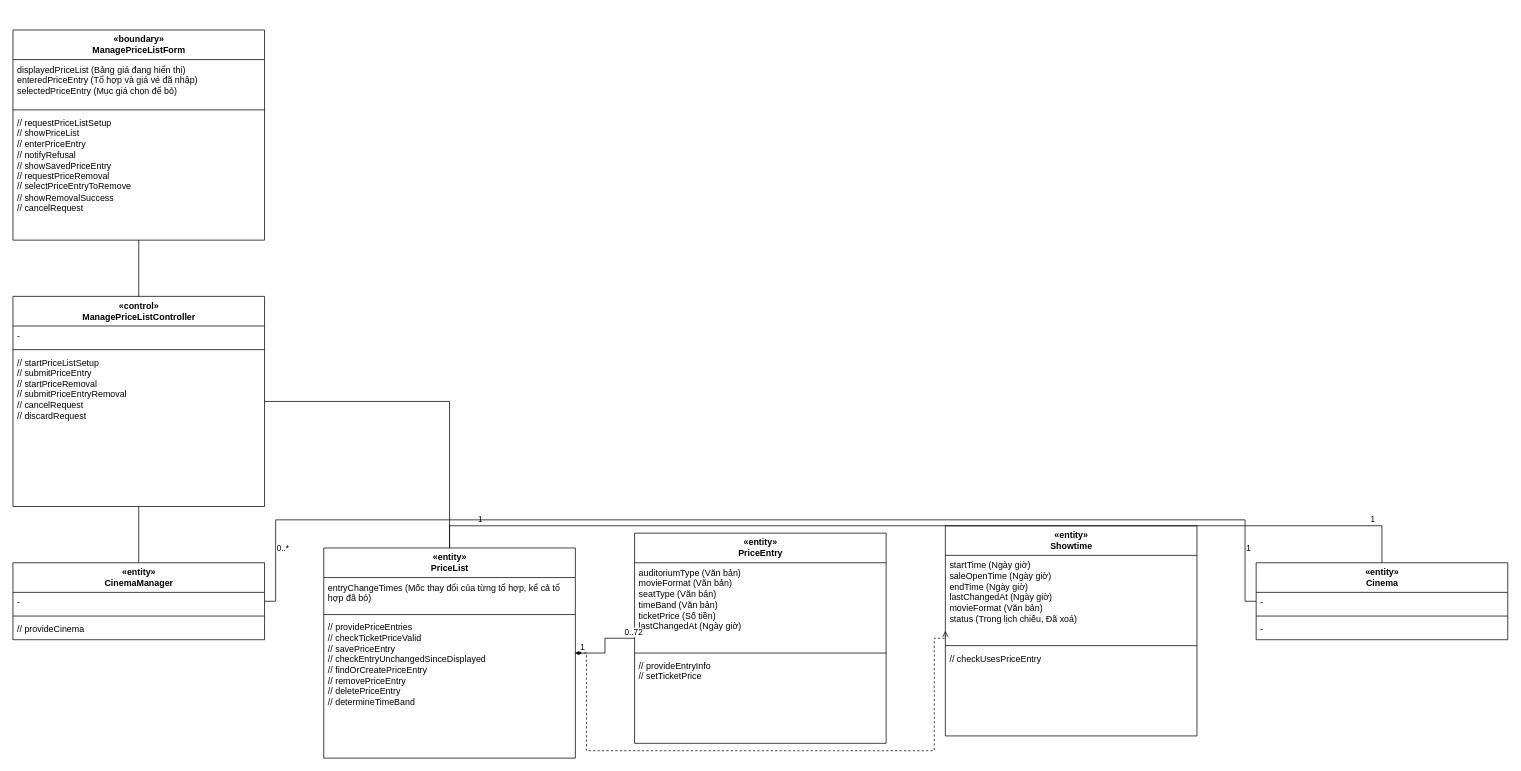
This is page "Bảng giá (UC-013)" (7 of 16) of design/diagrams/P08-class-analysis.drawio from luytbq/app-dat-ve-xem-phim, a draw.io file, before an edit. Source tidied: cells renumbered, new cells numbered last; positions are measured from the earlier drawing's top-left corner, leaving out a move shared by most shapes. Both pictures are drawn from the tidied source at 74%, with x=0, y=0 at pixel (13, 30).
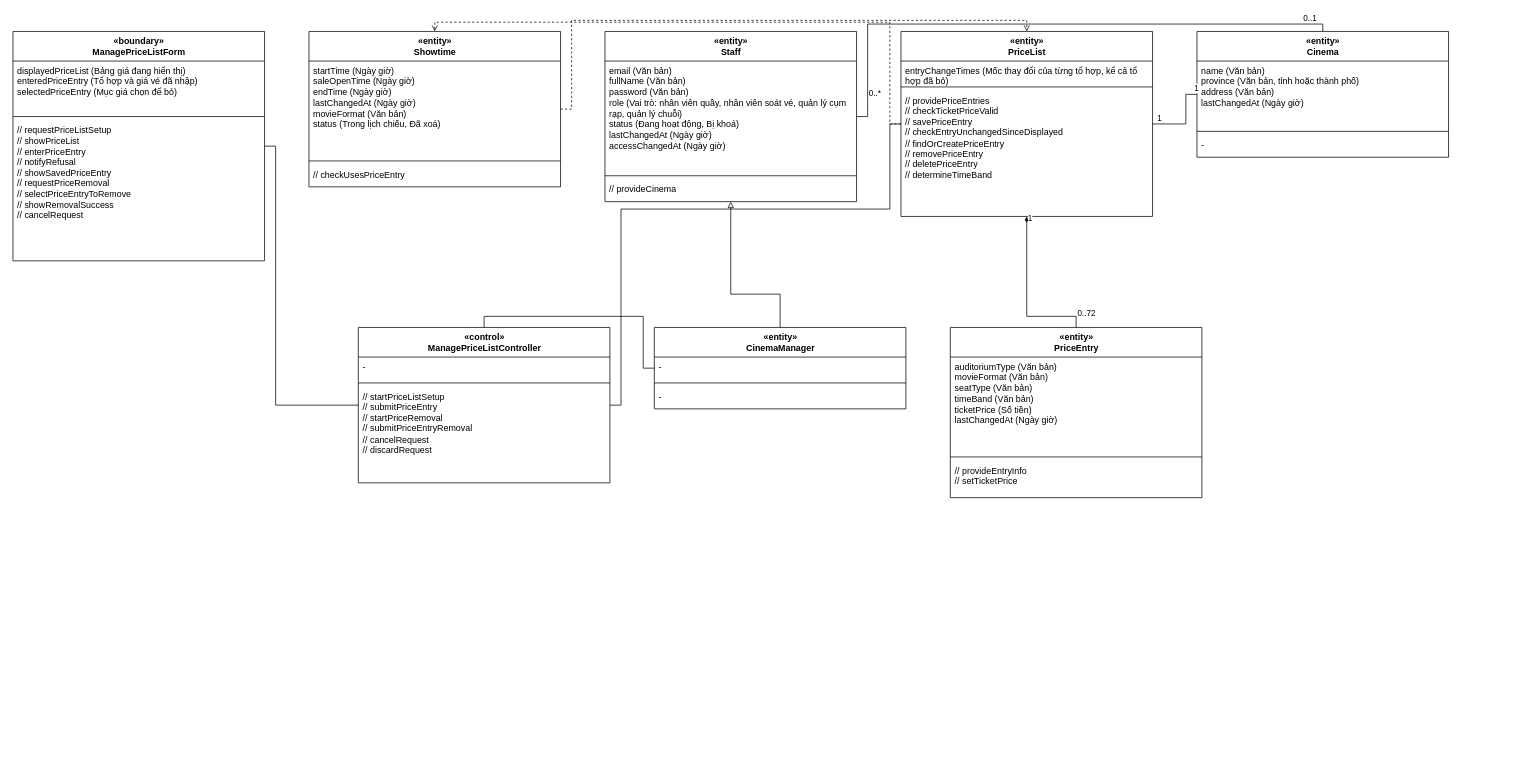
The same page after the edit.

What changed in the source:
```diff
@@
     <mxCell id="2" value="«boundary»&lt;br&gt;ManagePriceListForm" style="swimlane;fontStyle=1;align=center;horizontal=1;startSize=40;html=1;" parent="1" vertex="1">
-      <mxGeometry width="340" height="284" as="geometry" />
+      <mxGeometry y="2" width="340" height="310" as="geometry" />
     </mxCell>
     <mxCell id="3" value="displayedPriceList (Bảng giá đang hiển thị)&lt;br&gt;enteredPriceEntry (Tổ hợp và giá vé đã nhập)&lt;br&gt;selectedPriceEntry (Mục giá chọn để bỏ)" style="text;strokeColor=none;fillColor=none;align=left;verticalAlign=top;spacingLeft=4;html=1;whiteSpace=wrap;" parent="2" vertex="1">
-      <mxGeometry y="40" width="340" height="64" as="geometry" />
+      <mxGeometry y="40" width="340" height="70" as="geometry" />
     </mxCell>
     <mxCell id="4" style="line;strokeWidth=1;fillColor=none;align=left;verticalAlign=middle;spacingTop=-1;spacingLeft=3;spacingRight=3;labelPosition=right;" parent="2" vertex="1">
-      <mxGeometry y="104" width="340" height="8" as="geometry" />
+      <mxGeometry y="110" width="340" height="10" as="geometry" />
     </mxCell>
     <mxCell id="5" value="// requestPriceListSetup&lt;br&gt;// showPriceList&lt;br&gt;// enterPriceEntry&lt;br&gt;// notifyRefusal&lt;br&gt;// showSavedPriceEntry&lt;br&gt;// requestPriceRemoval&lt;br&gt;// selectPriceEntryToRemove&lt;br&gt;// showRemovalSuccess&lt;br&gt;// cancelRequest" style="text;strokeColor=none;fillColor=none;align=left;verticalAlign=top;spacingLeft=4;html=1;whiteSpace=wrap;" parent="2" vertex="1">
-      <mxGeometry y="112" width="340" height="172" as="geometry" />
+      <mxGeometry y="120" width="340" height="190" as="geometry" />
     </mxCell>
     <mxCell id="6" value="«control»&lt;br&gt;ManagePriceListController" style="swimlane;fontStyle=1;align=center;horizontal=1;startSize=40;html=1;" parent="1" vertex="1">
-      <mxGeometry y="360" width="340" height="284" as="geometry" />
+      <mxGeometry x="466.7" y="402" width="340" height="210" as="geometry" />
     </mxCell>
     <mxCell id="7" value="-" style="text;strokeColor=none;fillColor=none;align=left;verticalAlign=top;spacingLeft=4;html=1;whiteSpace=wrap;" parent="6" vertex="1">
-      <mxGeometry y="40" width="340" height="28" as="geometry" />
+      <mxGeometry y="40" width="340" height="30" as="geometry" />
     </mxCell>
     <mxCell id="8" style="line;strokeWidth=1;fillColor=none;align=left;verticalAlign=middle;spacingTop=-1;spacingLeft=3;spacingRight=3;labelPosition=right;" parent="6" vertex="1">
-      <mxGeometry y="68" width="340" height="8" as="geometry" />
+      <mxGeometry y="70" width="340" height="10" as="geometry" />
     </mxCell>
     <mxCell id="9" value="// startPriceListSetup&lt;br&gt;// submitPriceEntry&lt;br&gt;// startPriceRemoval&lt;br&gt;// submitPriceEntryRemoval&lt;br&gt;// cancelRequest&lt;br&gt;// discardRequest" style="text;strokeColor=none;fillColor=none;align=left;verticalAlign=top;spacingLeft=4;html=1;whiteSpace=wrap;" parent="6" vertex="1">
-      <mxGeometry y="76" width="340" height="118" as="geometry" />
+      <mxGeometry y="80" width="340" height="130" as="geometry" />
     </mxCell>
     <mxCell id="10" value="«entity»&lt;br&gt;CinemaManager" style="swimlane;fontStyle=1;align=center;horizontal=1;startSize=40;html=1;" parent="1" vertex="1">
-      <mxGeometry y="720" width="340" height="104" as="geometry" />
+      <mxGeometry x="866.7" y="402" width="340" height="110" as="geometry" />
     </mxCell>
     <mxCell id="11" value="-" style="text;strokeColor=none;fillColor=none;align=left;verticalAlign=top;spacingLeft=4;html=1;whiteSpace=wrap;" parent="10" vertex="1">
-      <mxGeometry y="40" width="340" height="28" as="geometry" />
+      <mxGeometry y="40" width="340" height="30" as="geometry" />
     </mxCell>
     <mxCell id="12" style="line;strokeWidth=1;fillColor=none;align=left;verticalAlign=middle;spacingTop=-1;spacingLeft=3;spacingRight=3;labelPosition=right;" parent="10" vertex="1">
-      <mxGeometry y="68" width="340" height="8" as="geometry" />
+      <mxGeometry y="70" width="340" height="10" as="geometry" />
     </mxCell>
-    <mxCell id="13" value="// provideCinema" style="text;strokeColor=none;fillColor=none;align=left;verticalAlign=top;spacingLeft=4;html=1;whiteSpace=wrap;" parent="10" vertex="1">
-      <mxGeometry y="76" width="340" height="28" as="geometry" />
+    <mxCell id="13" value="-" style="text;strokeColor=none;fillColor=none;align=left;verticalAlign=top;spacingLeft=4;html=1;whiteSpace=wrap;" parent="10" vertex="1">
+      <mxGeometry y="80" width="340" height="30" as="geometry" />
     </mxCell>
+    <mxCell id="43" value="«entity»&lt;br&gt;Staff" style="swimlane;fontStyle=1;align=center;horizontal=1;startSize=40;html=1;" parent="1" vertex="1">
+      <mxGeometry x="800" y="2" width="340" height="230" as="geometry" />
+    </mxCell>
+    <mxCell id="44" value="email (Văn bản)&lt;br&gt;fullName (Văn bản)&lt;br&gt;password (Văn bản)&lt;br&gt;role (Vai trò: nhân viên quầy, nhân viên soát vé, quản lý cụm rạp, quản lý chuỗi)&lt;br&gt;status (Đang hoạt động, Bị khoá)&lt;br&gt;lastChangedAt (Ngày giờ)&lt;br&gt;accessChangedAt (Ngày giờ)" style="text;strokeColor=none;fillColor=none;align=left;verticalAlign=top;spacingLeft=4;html=1;whiteSpace=wrap;" parent="43" vertex="1">
+      <mxGeometry y="40" width="340" height="150" as="geometry" />
+    </mxCell>
+    <mxCell id="45" style="line;strokeWidth=1;fillColor=none;align=left;verticalAlign=middle;spacingTop=-1;spacingLeft=3;spacingRight=3;labelPosition=right;" parent="43" vertex="1">
+      <mxGeometry y="190" width="340" height="10" as="geometry" />
+    </mxCell>
+    <mxCell id="46" value="// provideCinema" style="text;strokeColor=none;fillColor=none;align=left;verticalAlign=top;spacingLeft=4;html=1;whiteSpace=wrap;" parent="43" vertex="1">
+      <mxGeometry y="200" width="340" height="30" as="geometry" />
+    </mxCell>
     <mxCell id="14" value="«entity»&lt;br&gt;PriceList" style="swimlane;fontStyle=1;align=center;horizontal=1;startSize=40;html=1;" parent="1" vertex="1">
-      <mxGeometry x="420" y="700" width="340" height="284" as="geometry" />
+      <mxGeometry x="1200" y="2" width="340" height="250" as="geometry" />
     </mxCell>
     <mxCell id="15" value="entryChangeTimes (Mốc thay đổi của từng tổ hợp, kể cả tổ hợp đã bỏ)" style="text;strokeColor=none;fillColor=none;align=left;verticalAlign=top;spacingLeft=4;html=1;whiteSpace=wrap;" parent="14" vertex="1">
-      <mxGeometry y="40" width="340" height="46" as="geometry" />
+      <mxGeometry y="40" width="340" height="30" as="geometry" />
     </mxCell>
     <mxCell id="16" style="line;strokeWidth=1;fillColor=none;align=left;verticalAlign=middle;spacingTop=-1;spacingLeft=3;spacingRight=3;labelPosition=right;" parent="14" vertex="1">
-      <mxGeometry y="86" width="340" height="8" as="geometry" />
+      <mxGeometry y="70" width="340" height="10" as="geometry" />
     </mxCell>
     <mxCell id="17" value="// providePriceEntries&lt;br&gt;// checkTicketPriceValid&lt;br&gt;// savePriceEntry&lt;br&gt;// checkEntryUnchangedSinceDisplayed&lt;br&gt;// findOrCreatePriceEntry&lt;br&gt;// removePriceEntry&lt;br&gt;// deletePriceEntry&lt;br&gt;// determineTimeBand" style="text;strokeColor=none;fillColor=none;align=left;verticalAlign=top;spacingLeft=4;html=1;whiteSpace=wrap;" parent="14" vertex="1">
-      <mxGeometry y="94" width="340" height="154" as="geometry" />
+      <mxGeometry y="80" width="340" height="170" as="geometry" />
     </mxCell>
     <mxCell id="18" value="«entity»&lt;br&gt;PriceEntry" style="swimlane;fontStyle=1;align=center;horizontal=1;startSize=40;html=1;" parent="1" vertex="1">
-      <mxGeometry x="840" y="680" width="340" height="284" as="geometry" />
+      <mxGeometry x="1266.7" y="402" width="340" height="230" as="geometry" />
     </mxCell>
     <mxCell id="19" value="auditoriumType (Văn bản)&lt;br&gt;movieFormat (Văn bản)&lt;br&gt;seatType (Văn bản)&lt;br&gt;timeBand (Văn bản)&lt;br&gt;ticketPrice (Số tiền)&lt;br&gt;lastChangedAt (Ngày giờ)" style="text;strokeColor=none;fillColor=none;align=left;verticalAlign=top;spacingLeft=4;html=1;whiteSpace=wrap;" parent="18" vertex="1">
-      <mxGeometry y="40" width="340" height="118" as="geometry" />
+      <mxGeometry y="40" width="340" height="130" as="geometry" />
     </mxCell>
     <mxCell id="20" style="line;strokeWidth=1;fillColor=none;align=left;verticalAlign=middle;spacingTop=-1;spacingLeft=3;spacingRight=3;labelPosition=right;" parent="18" vertex="1">
-      <mxGeometry y="158" width="340" height="8" as="geometry" />
+      <mxGeometry y="170" width="340" height="10" as="geometry" />
     </mxCell>
     <mxCell id="21" value="// provideEntryInfo&lt;br&gt;// setTicketPrice" style="text;strokeColor=none;fillColor=none;align=left;verticalAlign=top;spacingLeft=4;html=1;whiteSpace=wrap;" parent="18" vertex="1">
-      <mxGeometry y="166" width="340" height="46" as="geometry" />
+      <mxGeometry y="180" width="340" height="50" as="geometry" />
     </mxCell>
     <mxCell id="22" value="«entity»&lt;br&gt;Showtime" style="swimlane;fontStyle=1;align=center;horizontal=1;startSize=40;html=1;" parent="1" vertex="1">
-      <mxGeometry x="1260" y="670" width="340" height="284" as="geometry" />
+      <mxGeometry x="400" y="2" width="340" height="210" as="geometry" />
     </mxCell>
     <mxCell id="23" value="startTime (Ngày giờ)&lt;br&gt;saleOpenTime (Ngày giờ)&lt;br&gt;endTime (Ngày giờ)&lt;br&gt;lastChangedAt (Ngày giờ)&lt;br&gt;movieFormat (Văn bản)&lt;br&gt;status (Trong lịch chiếu, Đã xoá)" style="text;strokeColor=none;fillColor=none;align=left;verticalAlign=top;spacingLeft=4;html=1;whiteSpace=wrap;" parent="22" vertex="1">
-      <mxGeometry y="40" width="340" height="118" as="geometry" />
+      <mxGeometry y="40" width="340" height="130" as="geometry" />
     </mxCell>
     <mxCell id="24" style="line;strokeWidth=1;fillColor=none;align=left;verticalAlign=middle;spacingTop=-1;spacingLeft=3;spacingRight=3;labelPosition=right;" parent="22" vertex="1">
-      <mxGeometry y="158" width="340" height="8" as="geometry" />
+      <mxGeometry y="170" width="340" height="10" as="geometry" />
     </mxCell>
     <mxCell id="25" value="// checkUsesPriceEntry" style="text;strokeColor=none;fillColor=none;align=left;verticalAlign=top;spacingLeft=4;html=1;whiteSpace=wrap;" parent="22" vertex="1">
-      <mxGeometry y="166" width="340" height="28" as="geometry" />
+      <mxGeometry y="180" width="340" height="30" as="geometry" />
     </mxCell>
     <mxCell id="26" value="«entity»&lt;br&gt;Cinema" style="swimlane;fontStyle=1;align=center;horizontal=1;startSize=40;html=1;" parent="1" vertex="1">
-      <mxGeometry x="1680" y="720" width="340" height="104" as="geometry" />
+      <mxGeometry x="1600" y="2" width="340" height="170" as="geometry" />
     </mxCell>
-    <mxCell id="27" value="-" style="text;strokeColor=none;fillColor=none;align=left;verticalAlign=top;spacingLeft=4;html=1;whiteSpace=wrap;" parent="26" vertex="1">
-      <mxGeometry y="40" width="340" height="28" as="geometry" />
+    <mxCell id="27" value="name (Văn bản)&lt;br&gt;province (Văn bản, tỉnh hoặc thành phố)&lt;br&gt;address (Văn bản)&lt;br&gt;lastChangedAt (Ngày giờ)" style="text;strokeColor=none;fillColor=none;align=left;verticalAlign=top;spacingLeft=4;html=1;whiteSpace=wrap;" parent="26" vertex="1">
+      <mxGeometry y="40" width="340" height="90" as="geometry" />
     </mxCell>
     <mxCell id="28" style="line;strokeWidth=1;fillColor=none;align=left;verticalAlign=middle;spacingTop=-1;spacingLeft=3;spacingRight=3;labelPosition=right;" parent="26" vertex="1">
-      <mxGeometry y="68" width="340" height="8" as="geometry" />
+      <mxGeometry y="130" width="340" height="10" as="geometry" />
     </mxCell>
     <mxCell id="29" value="-" style="text;strokeColor=none;fillColor=none;align=left;verticalAlign=top;spacingLeft=4;html=1;whiteSpace=wrap;" parent="26" vertex="1">
-      <mxGeometry y="76" width="340" height="28" as="geometry" />
+      <mxGeometry y="140" width="340" height="30" as="geometry" />
     </mxCell>
-    <mxCell id="30" style="edgeStyle=orthogonalEdgeStyle;rounded=0;html=1;endArrow=none;" parent="1" edge="1" source="2" target="6">
-      <mxGeometry relative="1" as="geometry" />
+    <mxCell id="30" style="edgeStyle=orthogonalEdgeStyle;rounded=0;html=1;endArrow=none;exitX=1;exitY=0.5;exitDx=0;exitDy=0;entryX=0;entryY=0.5;entryDx=0;entryDy=0;" parent="1" edge="1" source="2" target="6">
+      <mxGeometry relative="1" as="geometry">
+        <Array as="points">
+          <mxPoint x="355" y="157" />
+          <mxPoint x="355" y="507" />
+        </Array>
+      </mxGeometry>
     </mxCell>
-    <mxCell id="31" style="edgeStyle=orthogonalEdgeStyle;rounded=0;html=1;endArrow=none;" parent="1" edge="1" source="6" target="10">
-      <mxGeometry relative="1" as="geometry" />
+    <mxCell id="31" style="edgeStyle=orthogonalEdgeStyle;rounded=0;html=1;endArrow=none;exitX=0.5;exitY=0;exitDx=0;exitDy=0;entryX=0;entryY=0.5;entryDx=0;entryDy=0;" parent="1" edge="1" source="6" target="10">
+      <mxGeometry relative="1" as="geometry">
+        <Array as="points">
+          <mxPoint x="636.7" y="387" />
+          <mxPoint x="851.7" y="387" />
+          <mxPoint x="851.7" y="457" />
+        </Array>
+      </mxGeometry>
     </mxCell>
-    <mxCell id="32" style="edgeStyle=orthogonalEdgeStyle;rounded=0;html=1;endArrow=none;" parent="1" edge="1" source="6" target="14">
-      <mxGeometry relative="1" as="geometry" />
+    <mxCell id="32" style="edgeStyle=orthogonalEdgeStyle;rounded=0;html=1;endArrow=none;exitX=1;exitY=0.5;exitDx=0;exitDy=0;entryX=0;entryY=0.5;entryDx=0;entryDy=0;" parent="1" edge="1" source="6" target="14">
+      <mxGeometry relative="1" as="geometry">
+        <Array as="points">
+          <mxPoint x="821.7" y="507" />
+          <mxPoint x="821.7" y="242" />
+          <mxPoint x="1185" y="242" />
+          <mxPoint x="1185" y="127" />
+        </Array>
+      </mxGeometry>
     </mxCell>
-    <mxCell id="33" style="edgeStyle=orthogonalEdgeStyle;rounded=0;html=1;endArrow=none;exitX=0.5;exitY=0;exitDx=0;exitDy=0;entryX=0.5;entryY=0;entryDx=0;entryDy=0;" parent="1" edge="1" source="26" target="14">
+    <mxCell id="33" style="edgeStyle=orthogonalEdgeStyle;rounded=0;html=1;endArrow=none;exitX=0;exitY=0.5;exitDx=0;exitDy=0;entryX=1;entryY=0.5;entryDx=0;entryDy=0;" parent="1" edge="1" source="26" target="14">
       <mxGeometry relative="1" as="geometry">
         <Array as="points">
-          <mxPoint x="1850" y="670" />
-          <mxPoint x="590" y="670" />
+          <mxPoint x="1585" y="87" />
+          <mxPoint x="1585" y="127" />
         </Array>
       </mxGeometry>
     </mxCell>
@@
-    <mxCell id="36" style="edgeStyle=orthogonalEdgeStyle;rounded=0;html=1;endArrow=none;startArrow=diamondThin;startFill=1;" parent="1" edge="1" source="14" target="18">
-      <mxGeometry relative="1" as="geometry" />
+    <mxCell id="36" style="edgeStyle=orthogonalEdgeStyle;rounded=0;html=1;endArrow=none;startArrow=diamondThin;startFill=1;exitX=0.5;exitY=1;exitDx=0;exitDy=0;entryX=0.5;entryY=0;entryDx=0;entryDy=0;" parent="1" edge="1" source="14" target="18">
+      <mxGeometry relative="1" as="geometry">
+        <Array as="points">
+          <mxPoint x="1370" y="387" />
+          <mxPoint x="1436.7" y="387" />
+        </Array>
+      </mxGeometry>
     </mxCell>
@@
     <mxCell id="38" value="0..72" style="edgeLabel;html=1;align=left;verticalAlign=bottom;" parent="36" vertex="1">
-      <mxGeometry x="0.7" relative="1" as="geometry" />
+      <mxGeometry x="0.9" relative="1" as="geometry" />
     </mxCell>
-    <mxCell id="39" style="edgeStyle=orthogonalEdgeStyle;rounded=0;html=1;endArrow=none;exitX=1;exitY=0.5;exitDx=0;exitDy=0;entryX=0;entryY=0.5;entryDx=0;entryDy=0;" parent="1" edge="1" source="10" target="26">
-      <mxGeometry relative="1" as="geometry">
-        <Array as="points">
-          <mxPoint x="355" y="772" />
-          <mxPoint x="355" y="662" />
-          <mxPoint x="1665" y="662" />
-          <mxPoint x="1665" y="772" />
-        </Array>
-      </mxGeometry>
-    </mxCell>
+    <mxCell id="47" style="edgeStyle=orthogonalEdgeStyle;rounded=0;html=1;endArrow=open;dashed=1;exitX=1;exitY=0.5;exitDx=0;exitDy=0;entryX=0.5;entryY=0;entryDx=0;entryDy=0;" parent="1" edge="1" source="22" target="14">
+      <mxGeometry relative="1" as="geometry">
+        <Array as="points">
+          <mxPoint x="755" y="107" />
+          <mxPoint x="755" y="-13" />
+          <mxPoint x="1370" y="-13" />
+        </Array>
+      </mxGeometry>
+    </mxCell>
+    <mxCell id="42" style="edgeStyle=orthogonalEdgeStyle;rounded=0;html=1;endArrow=open;dashed=1;exitX=0;exitY=0.5;exitDx=0;exitDy=0;entryX=0.5;entryY=0;entryDx=0;entryDy=0;" parent="1" edge="1" source="14" target="22">
+      <mxGeometry relative="1" as="geometry">
+        <Array as="points">
+          <mxPoint x="1185" y="127" />
+          <mxPoint x="1185" y="-10.5" />
+          <mxPoint x="570" y="-10.5" />
+        </Array>
+      </mxGeometry>
+    </mxCell>
+    <mxCell id="48" style="edgeStyle=orthogonalEdgeStyle;rounded=0;html=1;endArrow=none;exitX=1;exitY=0.5;exitDx=0;exitDy=0;entryX=0.5;entryY=0;entryDx=0;entryDy=0;" parent="1" edge="1" source="43" target="26">
+      <mxGeometry relative="1" as="geometry">
+        <Array as="points">
+          <mxPoint x="1155" y="117" />
+          <mxPoint x="1155" y="-8" />
+          <mxPoint x="1770" y="-8" />
+        </Array>
+      </mxGeometry>
+    </mxCell>
-    <mxCell id="40" value="0..*" style="edgeLabel;html=1;align=left;verticalAlign=bottom;" parent="39" vertex="1">
+    <mxCell id="40" value="0..*" style="edgeLabel;html=1;align=left;verticalAlign=bottom;" parent="48" vertex="1">
       <mxGeometry x="-0.9" relative="1" as="geometry" />
     </mxCell>
-    <mxCell id="41" value="1" style="edgeLabel;html=1;align=left;verticalAlign=bottom;" parent="39" vertex="1">
-      <mxGeometry x="0.9" relative="1" as="geometry" />
-    </mxCell>
-    <mxCell id="42" style="edgeStyle=orthogonalEdgeStyle;rounded=0;html=1;endArrow=open;dashed=1;exitX=1;exitY=0.5;exitDx=0;exitDy=0;entryX=0;entryY=0.5;entryDx=0;entryDy=0;" parent="1" edge="1" source="14" target="22">
-      <mxGeometry relative="1" as="geometry">
-        <Array as="points">
-          <mxPoint x="775" y="842" />
-          <mxPoint x="775" y="974" />
-          <mxPoint x="1245" y="974" />
-          <mxPoint x="1245" y="822" />
-        </Array>
-      </mxGeometry>
-    </mxCell>
+    <mxCell id="49" value="0..1" style="edgeLabel;html=1;align=left;verticalAlign=bottom;" parent="48" vertex="1">
+      <mxGeometry x="0.9" relative="1" as="geometry" />
+    </mxCell>
+    <mxCell id="50" style="edgeStyle=orthogonalEdgeStyle;rounded=0;html=1;endArrow=block;endFill=0;exitX=0.5;exitY=0;exitDx=0;exitDy=0;entryX=0.5;entryY=1;entryDx=0;entryDy=0;" parent="1" edge="1" source="10" target="43">
+      <mxGeometry relative="1" as="geometry">
+        <Array as="points">
+          <mxPoint x="1036.7" y="357" />
+          <mxPoint x="970" y="357" />
+        </Array>
+      </mxGeometry>
+    </mxCell>
```
